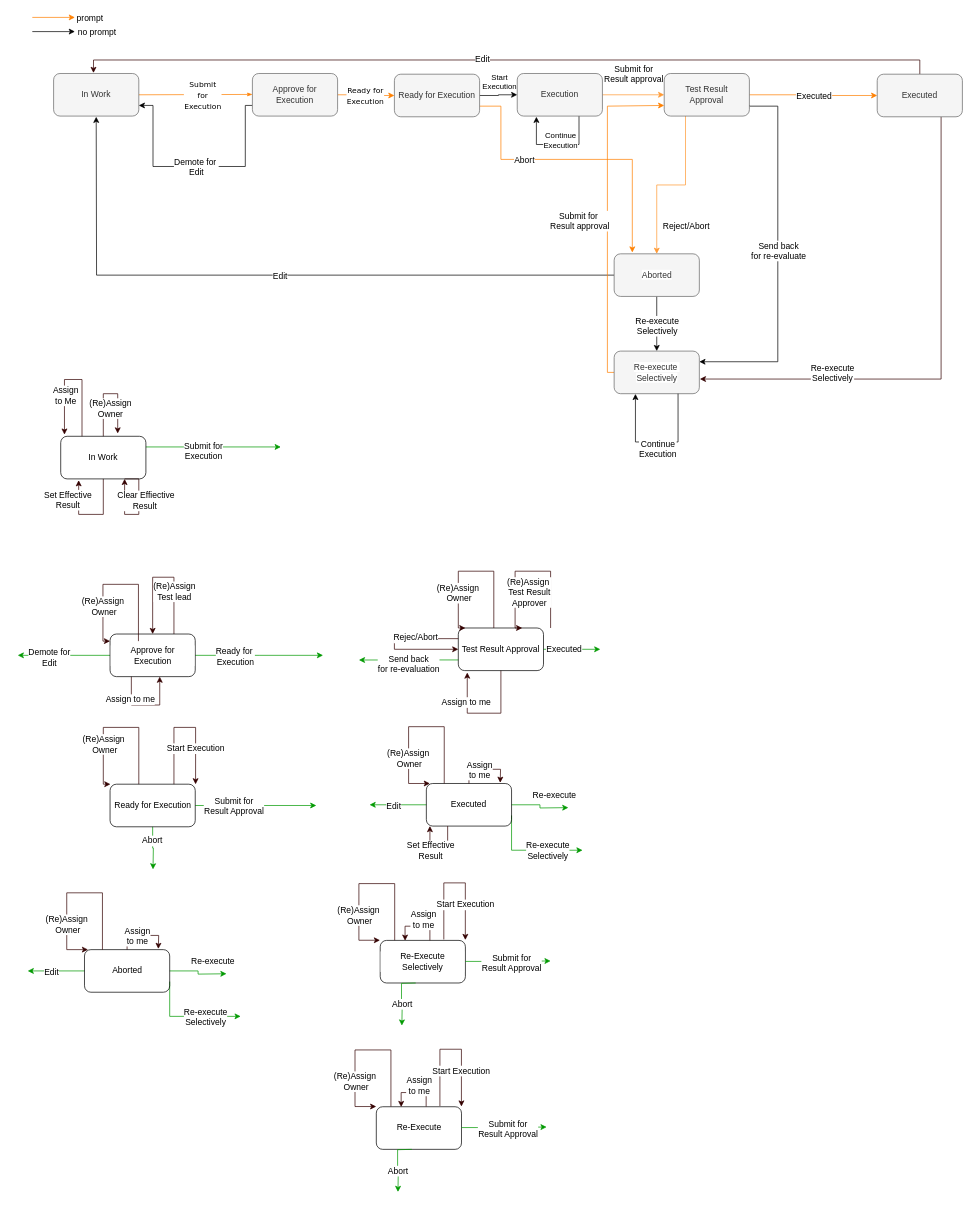
Before: TestProtocolWorkflowDiagram.drawio in szvatai1985/drawio_files, a draw.io diagram. Source tidied: cells renumbered, new cells numbered last; positions are measured from the earlier drawing's top-left corner, leaving out a move shared by most shapes. Both pictures are drawn from the tidied source at 71%, with x=0, y=0 at pixel (18, 17).
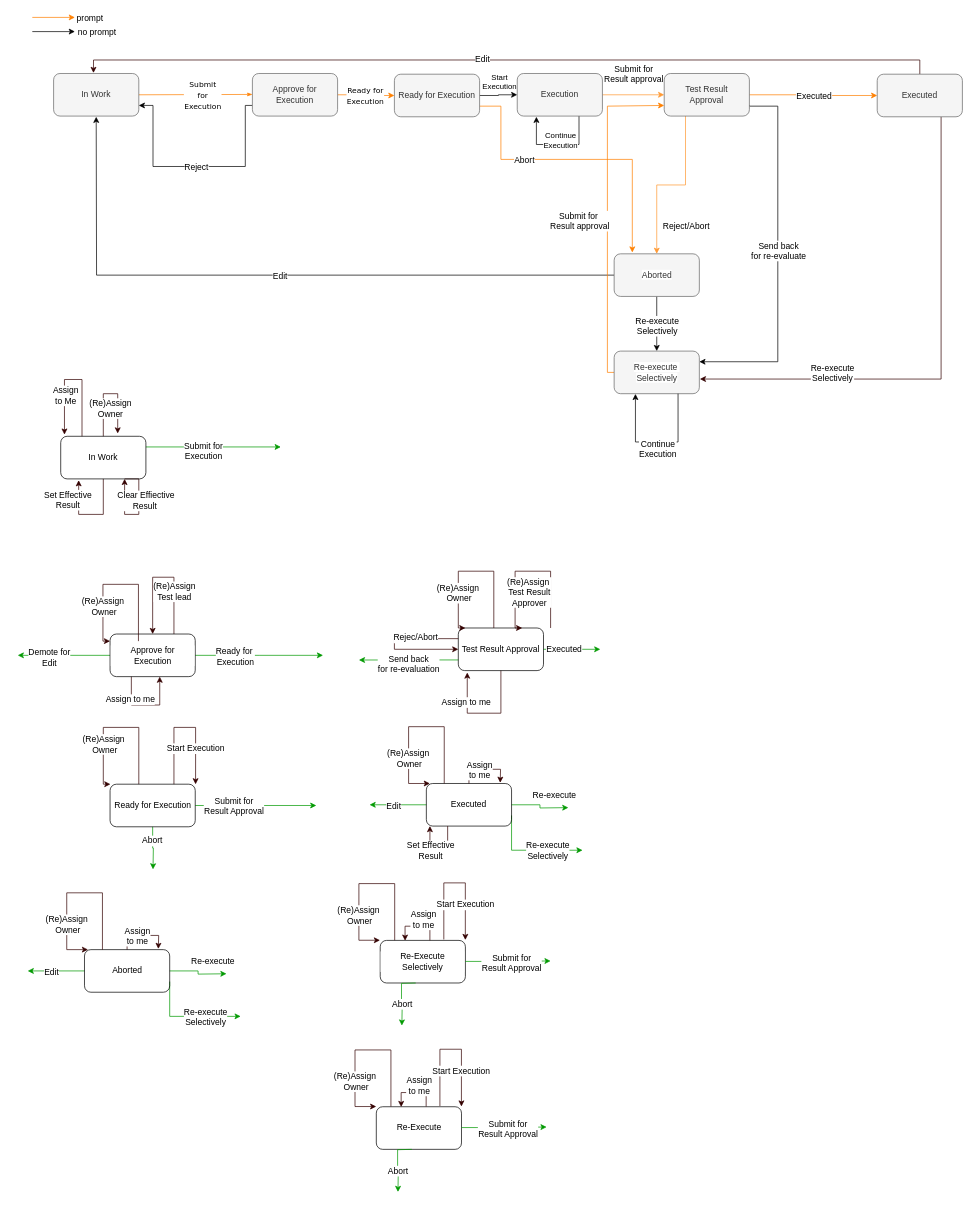
The same diagram, later.

Unchanged cells that the change refers to:
```xml
<mxCell id="8" style="edgeStyle=orthogonalEdgeStyle;rounded=0;jettySize=auto;html=1;exitX=0;exitY=0.75;exitDx=0;exitDy=0;entryX=1;entryY=0.75;entryDx=0;entryDy=0;strokeColor=#000000;" parent="1" edge="1" source="10" target="5">
  <mxGeometry relative="1" as="geometry">
    <Array as="points">
      <mxPoint x="320" y="124" />
      <mxPoint x="320" y="210" />
      <mxPoint x="190" y="210" />
      <mxPoint x="190" y="124" />
    </Array>
  </mxGeometry>
</mxCell>
```

The edit, as a diff of the source:
```diff
@@
-    <mxCell id="9" value="&lt;font color=&quot;#000000&quot;&gt;Demote for&amp;nbsp;&lt;br&gt;Edit&lt;/font&gt;" style="text;html=1;align=center;verticalAlign=middle;labelBackgroundColor=#ffffff;" parent="8" vertex="1">
+    <mxCell id="9" value="&lt;font color=&quot;#000000&quot;&gt;Reject&lt;/font&gt;" style="text;html=1;align=center;verticalAlign=middle;labelBackgroundColor=#ffffff;" parent="8" vertex="1">
       <mxGeometry x="-0.14" y="-1" relative="1" as="geometry">
         <mxPoint x="-23" y="1" as="offset" />
       </mxGeometry>
     </mxCell>
```
